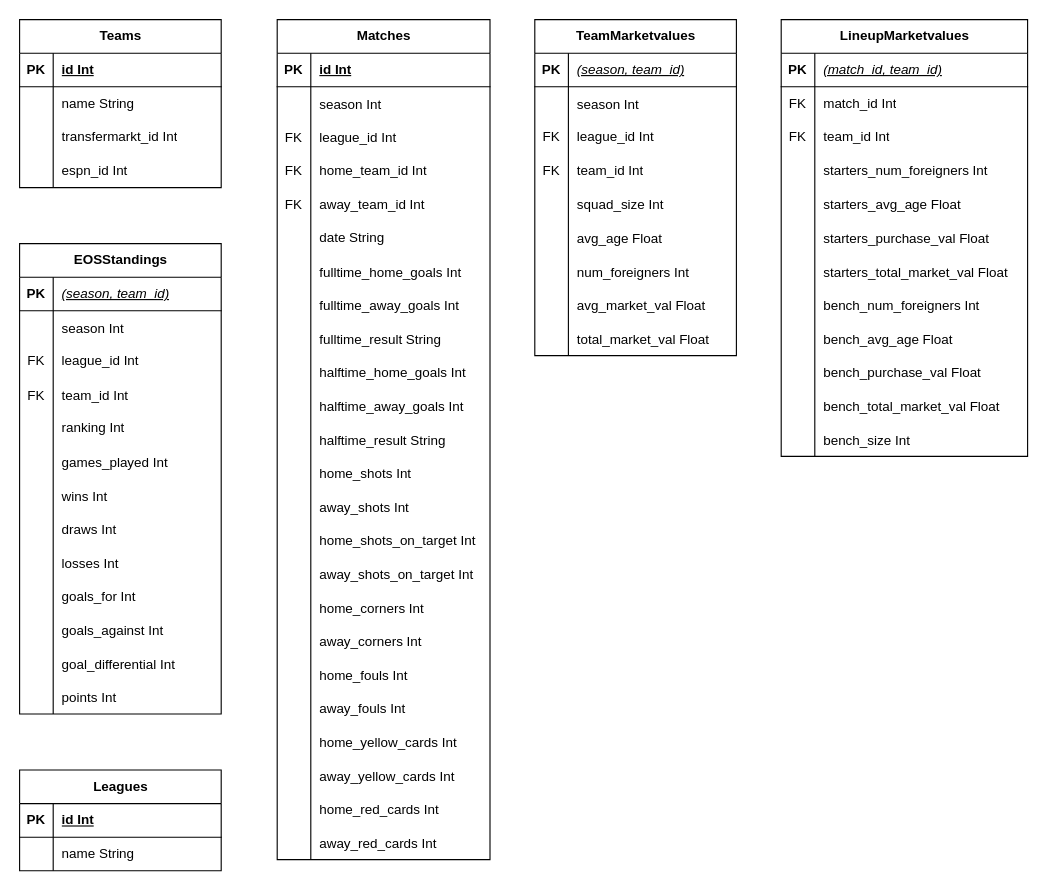
The draw.io diagram football_ER_diagram.drawio in Summer-ICERM-2024-Pyramid-Schemers/football-data-scraping, before the edit. Source tidied: cells renumbered, new cells numbered last; positions are measured from the earlier drawing's top-left corner, leaving out a move shared by most shapes. Both pictures are drawn from the tidied source at 112%, with x=0, y=0 at pixel (19, 19).
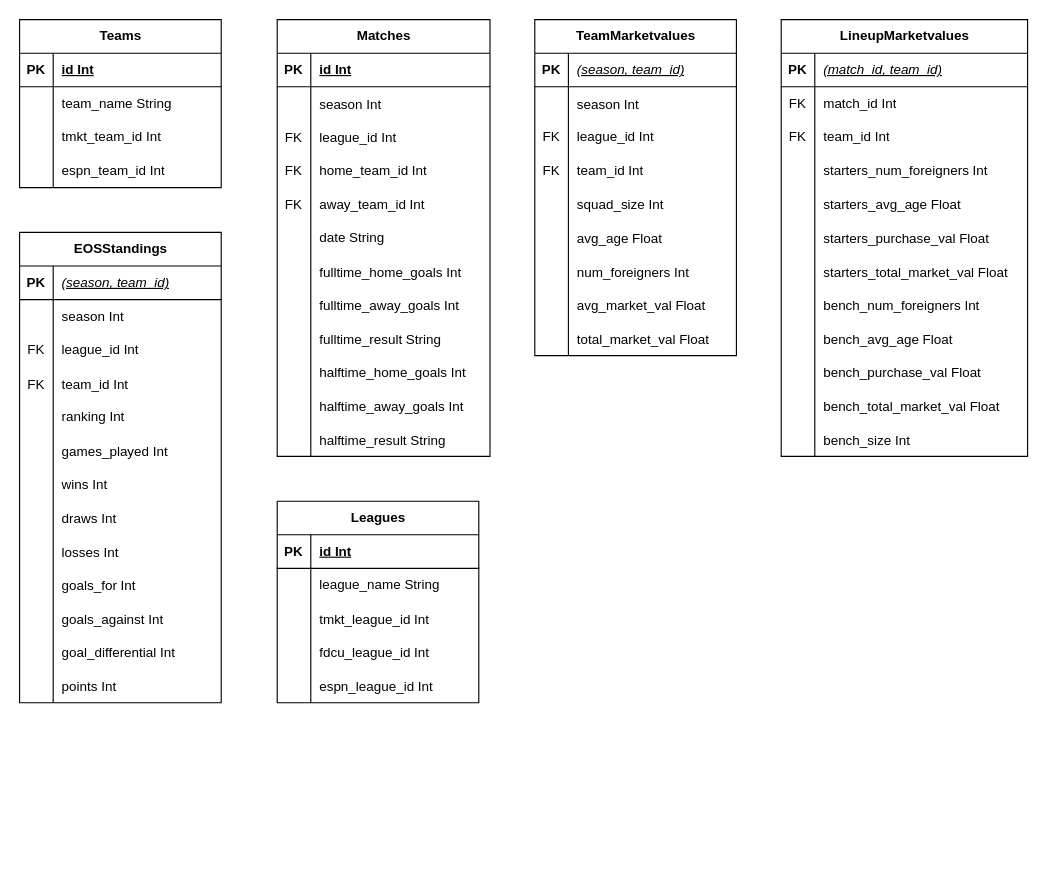
After the change.

Unchanged cells that the change refers to:
```xml
<mxCell id="147" style="shape=tableRow;horizontal=0;startSize=0;swimlaneHead=0;swimlaneBody=0;fillColor=none;top=0;left=0;right=0;bottom=0;" parent="143" vertex="1">
  <mxGeometry y="60" width="180" height="30" as="geometry" />
</mxCell>
<mxCell id="150" style="shape=tableRow;horizontal=0;startSize=0;swimlaneHead=0;swimlaneBody=0;fillColor=none;top=0;left=0;right=0;bottom=0;" parent="143" vertex="1">
  <mxGeometry y="90" width="180" height="30" as="geometry" />
</mxCell>
<mxCell id="153" style="shape=tableRow;horizontal=0;startSize=0;swimlaneHead=0;swimlaneBody=0;fillColor=none;top=0;left=0;right=0;bottom=0;" parent="143" vertex="1">
  <mxGeometry y="120" width="180" height="30" as="geometry" />
</mxCell>
<mxCell id="160" style="shape=tableRow;horizontal=0;startSize=0;swimlaneHead=0;swimlaneBody=0;fillColor=none;top=0;left=0;right=0;bottom=0;" parent="156" vertex="1">
  <mxGeometry y="60" width="180" height="30" as="geometry" />
</mxCell>
```

Diff of the diagram source:
```diff
@@
     <mxCell id="30" value="EOSStandings" style="shape=table;startSize=30;childLayout=tableLayout;rowLines=0;fontStyle=1;align=center;html=1;" parent="1" vertex="1">
-      <mxGeometry y="200" width="180" height="420" as="geometry" />
+      <mxGeometry y="190" width="180" height="420" as="geometry" />
     </mxCell>
@@
     <mxCell id="70" value="Matches" style="shape=table;startSize=30;childLayout=tableLayout;rowLines=0;fontStyle=1;align=center;html=1;" parent="1" vertex="1">
-      <mxGeometry x="230" width="190" height="750" as="geometry" />
+      <mxGeometry x="230" width="190" height="390" as="geometry" />
     </mxCell>
@@
-    <mxCell id="107" style="shape=tableRow;horizontal=0;startSize=0;swimlaneHead=0;swimlaneBody=0;fillColor=none;top=0;left=0;right=0;bottom=0;" parent="70" vertex="1">
-      <mxGeometry y="390" width="190" height="30" as="geometry" />
-    </mxCell>
-    <mxCell id="108" style="shape=partialRectangle;fillColor=none;top=0;left=0;bottom=0;right=0;overflow=hidden;" parent="107" vertex="1">
-      <mxGeometry width="30" height="30" as="geometry" />
-    </mxCell>
-    <mxCell id="109" value="home_shots Int" style="shape=partialRectangle;fillColor=none;top=0;left=0;bottom=0;right=0;align=left;spacingLeft=6;overflow=hidden;" parent="107" vertex="1">
-      <mxGeometry x="30" width="160" height="30" as="geometry" />
-    </mxCell>
-    <mxCell id="110" style="shape=tableRow;horizontal=0;startSize=0;swimlaneHead=0;swimlaneBody=0;fillColor=none;top=0;left=0;right=0;bottom=0;" parent="70" vertex="1">
-      <mxGeometry y="420" width="190" height="30" as="geometry" />
-    </mxCell>
-    <mxCell id="111" style="shape=partialRectangle;fillColor=none;top=0;left=0;bottom=0;right=0;overflow=hidden;" parent="110" vertex="1">
-      <mxGeometry width="30" height="30" as="geometry" />
-    </mxCell>
-    <mxCell id="112" value="away_shots Int" style="shape=partialRectangle;fillColor=none;top=0;left=0;bottom=0;right=0;align=left;spacingLeft=6;overflow=hidden;" parent="110" vertex="1">
-      <mxGeometry x="30" width="160" height="30" as="geometry" />
-    </mxCell>
-    <mxCell id="113" style="shape=tableRow;horizontal=0;startSize=0;swimlaneHead=0;swimlaneBody=0;fillColor=none;top=0;left=0;right=0;bottom=0;" parent="70" vertex="1">
-      <mxGeometry y="450" width="190" height="30" as="geometry" />
-    </mxCell>
-    <mxCell id="114" style="shape=partialRectangle;fillColor=none;top=0;left=0;bottom=0;right=0;overflow=hidden;" parent="113" vertex="1">
-      <mxGeometry width="30" height="30" as="geometry" />
-    </mxCell>
-    <mxCell id="115" value="home_shots_on_target Int" style="shape=partialRectangle;fillColor=none;top=0;left=0;bottom=0;right=0;align=left;spacingLeft=6;overflow=hidden;" parent="113" vertex="1">
-      <mxGeometry x="30" width="160" height="30" as="geometry" />
-    </mxCell>
-    <mxCell id="116" style="shape=tableRow;horizontal=0;startSize=0;swimlaneHead=0;swimlaneBody=0;fillColor=none;top=0;left=0;right=0;bottom=0;" parent="70" vertex="1">
-      <mxGeometry y="480" width="190" height="30" as="geometry" />
-    </mxCell>
-    <mxCell id="117" style="shape=partialRectangle;fillColor=none;top=0;left=0;bottom=0;right=0;overflow=hidden;" parent="116" vertex="1">
-      <mxGeometry width="30" height="30" as="geometry" />
-    </mxCell>
-    <mxCell id="118" value="away_shots_on_target Int" style="shape=partialRectangle;fillColor=none;top=0;left=0;bottom=0;right=0;align=left;spacingLeft=6;overflow=hidden;" parent="116" vertex="1">
-      <mxGeometry x="30" width="160" height="30" as="geometry" />
-    </mxCell>
-    <mxCell id="119" style="shape=tableRow;horizontal=0;startSize=0;swimlaneHead=0;swimlaneBody=0;fillColor=none;top=0;left=0;right=0;bottom=0;" parent="70" vertex="1">
-      <mxGeometry y="510" width="190" height="30" as="geometry" />
-    </mxCell>
-    <mxCell id="120" style="shape=partialRectangle;fillColor=none;top=0;left=0;bottom=0;right=0;overflow=hidden;" parent="119" vertex="1">
-      <mxGeometry width="30" height="30" as="geometry" />
-    </mxCell>
-    <mxCell id="121" value="home_corners Int" style="shape=partialRectangle;fillColor=none;top=0;left=0;bottom=0;right=0;align=left;spacingLeft=6;overflow=hidden;" parent="119" vertex="1">
-      <mxGeometry x="30" width="160" height="30" as="geometry" />
-    </mxCell>
-    <mxCell id="122" style="shape=tableRow;horizontal=0;startSize=0;swimlaneHead=0;swimlaneBody=0;fillColor=none;top=0;left=0;right=0;bottom=0;" parent="70" vertex="1">
-      <mxGeometry y="540" width="190" height="30" as="geometry" />
-    </mxCell>
-    <mxCell id="123" style="shape=partialRectangle;fillColor=none;top=0;left=0;bottom=0;right=0;overflow=hidden;" parent="122" vertex="1">
-      <mxGeometry width="30" height="30" as="geometry" />
-    </mxCell>
-    <mxCell id="124" value="away_corners Int" style="shape=partialRectangle;fillColor=none;top=0;left=0;bottom=0;right=0;align=left;spacingLeft=6;overflow=hidden;" parent="122" vertex="1">
-      <mxGeometry x="30" width="160" height="30" as="geometry" />
-    </mxCell>
-    <mxCell id="125" style="shape=tableRow;horizontal=0;startSize=0;swimlaneHead=0;swimlaneBody=0;fillColor=none;top=0;left=0;right=0;bottom=0;" parent="70" vertex="1">
-      <mxGeometry y="570" width="190" height="30" as="geometry" />
-    </mxCell>
-    <mxCell id="126" style="shape=partialRectangle;fillColor=none;top=0;left=0;bottom=0;right=0;overflow=hidden;" parent="125" vertex="1">
-      <mxGeometry width="30" height="30" as="geometry" />
-    </mxCell>
-    <mxCell id="127" value="home_fouls Int" style="shape=partialRectangle;fillColor=none;top=0;left=0;bottom=0;right=0;align=left;spacingLeft=6;overflow=hidden;" parent="125" vertex="1">
-      <mxGeometry x="30" width="160" height="30" as="geometry" />
-    </mxCell>
-    <mxCell id="128" style="shape=tableRow;horizontal=0;startSize=0;swimlaneHead=0;swimlaneBody=0;fillColor=none;top=0;left=0;right=0;bottom=0;" parent="70" vertex="1">
-      <mxGeometry y="600" width="190" height="30" as="geometry" />
-    </mxCell>
-    <mxCell id="129" style="shape=partialRectangle;fillColor=none;top=0;left=0;bottom=0;right=0;overflow=hidden;" parent="128" vertex="1">
-      <mxGeometry width="30" height="30" as="geometry" />
-    </mxCell>
-    <mxCell id="130" value="away_fouls Int" style="shape=partialRectangle;fillColor=none;top=0;left=0;bottom=0;right=0;align=left;spacingLeft=6;overflow=hidden;" parent="128" vertex="1">
-      <mxGeometry x="30" width="160" height="30" as="geometry" />
-    </mxCell>
-    <mxCell id="131" style="shape=tableRow;horizontal=0;startSize=0;swimlaneHead=0;swimlaneBody=0;fillColor=none;top=0;left=0;right=0;bottom=0;" parent="70" vertex="1">
-      <mxGeometry y="630" width="190" height="30" as="geometry" />
-    </mxCell>
-    <mxCell id="132" style="shape=partialRectangle;fillColor=none;top=0;left=0;bottom=0;right=0;overflow=hidden;" parent="131" vertex="1">
-      <mxGeometry width="30" height="30" as="geometry" />
-    </mxCell>
-    <mxCell id="133" value="home_yellow_cards Int" style="shape=partialRectangle;fillColor=none;top=0;left=0;bottom=0;right=0;align=left;spacingLeft=6;overflow=hidden;" parent="131" vertex="1">
-      <mxGeometry x="30" width="160" height="30" as="geometry" />
-    </mxCell>
-    <mxCell id="134" style="shape=tableRow;horizontal=0;startSize=0;swimlaneHead=0;swimlaneBody=0;fillColor=none;top=0;left=0;right=0;bottom=0;" parent="70" vertex="1">
-      <mxGeometry y="660" width="190" height="30" as="geometry" />
-    </mxCell>
-    <mxCell id="135" style="shape=partialRectangle;fillColor=none;top=0;left=0;bottom=0;right=0;overflow=hidden;" parent="134" vertex="1">
-      <mxGeometry width="30" height="30" as="geometry" />
-    </mxCell>
-    <mxCell id="136" value="away_yellow_cards Int" style="shape=partialRectangle;fillColor=none;top=0;left=0;bottom=0;right=0;align=left;spacingLeft=6;overflow=hidden;" parent="134" vertex="1">
-      <mxGeometry x="30" width="160" height="30" as="geometry" />
-    </mxCell>
-    <mxCell id="137" style="shape=tableRow;horizontal=0;startSize=0;swimlaneHead=0;swimlaneBody=0;fillColor=none;top=0;left=0;right=0;bottom=0;" parent="70" vertex="1">
-      <mxGeometry y="690" width="190" height="30" as="geometry" />
-    </mxCell>
-    <mxCell id="138" style="shape=partialRectangle;fillColor=none;top=0;left=0;bottom=0;right=0;overflow=hidden;" parent="137" vertex="1">
-      <mxGeometry width="30" height="30" as="geometry" />
-    </mxCell>
-    <mxCell id="139" value="home_red_cards Int" style="shape=partialRectangle;fillColor=none;top=0;left=0;bottom=0;right=0;align=left;spacingLeft=6;overflow=hidden;" parent="137" vertex="1">
-      <mxGeometry x="30" width="160" height="30" as="geometry" />
-    </mxCell>
-    <mxCell id="140" style="shape=tableRow;horizontal=0;startSize=0;swimlaneHead=0;swimlaneBody=0;fillColor=none;top=0;left=0;right=0;bottom=0;" parent="70" vertex="1">
-      <mxGeometry y="720" width="190" height="30" as="geometry" />
-    </mxCell>
-    <mxCell id="141" style="shape=partialRectangle;fillColor=none;top=0;left=0;bottom=0;right=0;overflow=hidden;" parent="140" vertex="1">
-      <mxGeometry width="30" height="30" as="geometry" />
-    </mxCell>
-    <mxCell id="142" value="away_red_cards Int" style="shape=partialRectangle;fillColor=none;top=0;left=0;bottom=0;right=0;align=left;spacingLeft=6;overflow=hidden;" parent="140" vertex="1">
-      <mxGeometry x="30" width="160" height="30" as="geometry" />
-    </mxCell>
@@
-    <mxCell id="149" value="name String" style="shape=partialRectangle;fillColor=none;top=0;left=0;bottom=0;right=0;align=left;spacingLeft=6;overflow=hidden;whiteSpace=wrap;html=1;" parent="147" vertex="1">
+    <mxCell id="149" value="team_name String" style="shape=partialRectangle;fillColor=none;top=0;left=0;bottom=0;right=0;align=left;spacingLeft=6;overflow=hidden;whiteSpace=wrap;html=1;" parent="147" vertex="1">
       <mxGeometry x="30" width="150" height="30" as="geometry" />
     </mxCell>
@@
-    <mxCell id="152" value="transfermarkt_id Int" style="shape=partialRectangle;fillColor=none;top=0;left=0;bottom=0;right=0;align=left;spacingLeft=6;overflow=hidden;whiteSpace=wrap;html=1;" parent="150" vertex="1">
+    <mxCell id="152" value="tmkt_team_id Int" style="shape=partialRectangle;fillColor=none;top=0;left=0;bottom=0;right=0;align=left;spacingLeft=6;overflow=hidden;whiteSpace=wrap;html=1;" parent="150" vertex="1">
       <mxGeometry x="30" width="150" height="30" as="geometry" />
     </mxCell>
@@
-    <mxCell id="155" value="espn_id Int" style="shape=partialRectangle;fillColor=none;top=0;left=0;bottom=0;right=0;align=left;spacingLeft=6;overflow=hidden;whiteSpace=wrap;html=1;" parent="153" vertex="1">
+    <mxCell id="155" value="espn_team_id Int" style="shape=partialRectangle;fillColor=none;top=0;left=0;bottom=0;right=0;align=left;spacingLeft=6;overflow=hidden;whiteSpace=wrap;html=1;" parent="153" vertex="1">
       <mxGeometry x="30" width="150" height="30" as="geometry" />
     </mxCell>
     <mxCell id="156" value="Leagues" style="shape=table;startSize=30;childLayout=tableLayout;rowLines=0;fontStyle=1;align=center;html=1;" parent="1" vertex="1">
-      <mxGeometry y="670" width="180" height="90" as="geometry" />
+      <mxGeometry x="230" y="430" width="180" height="180" as="geometry" />
     </mxCell>
@@
-    <mxCell id="162" value="name String" style="shape=partialRectangle;fillColor=none;top=0;left=0;bottom=0;right=0;align=left;spacingLeft=6;overflow=hidden;whiteSpace=wrap;html=1;" parent="160" vertex="1">
+    <mxCell id="162" value="league_name String" style="shape=partialRectangle;fillColor=none;top=0;left=0;bottom=0;right=0;align=left;spacingLeft=6;overflow=hidden;whiteSpace=wrap;html=1;" parent="160" vertex="1">
       <mxGeometry x="30" width="150" height="30" as="geometry" />
     </mxCell>
+    <mxCell id="200" style="shape=tableRow;horizontal=0;startSize=0;swimlaneHead=0;swimlaneBody=0;fillColor=none;top=0;left=0;right=0;bottom=0;" parent="156" vertex="1">
+      <mxGeometry y="90" width="180" height="30" as="geometry" />
+    </mxCell>
+    <mxCell id="201" style="shape=partialRectangle;fillColor=none;top=0;left=0;bottom=0;right=0;overflow=hidden;" parent="200" vertex="1">
+      <mxGeometry width="30" height="30" as="geometry" />
+    </mxCell>
+    <mxCell id="202" value="tmkt_league_id Int" style="shape=partialRectangle;fillColor=none;top=0;left=0;bottom=0;right=0;align=left;spacingLeft=6;overflow=hidden;" parent="200" vertex="1">
+      <mxGeometry x="30" width="150" height="30" as="geometry" />
+    </mxCell>
+    <mxCell id="203" style="shape=tableRow;horizontal=0;startSize=0;swimlaneHead=0;swimlaneBody=0;fillColor=none;top=0;left=0;right=0;bottom=0;" parent="156" vertex="1">
+      <mxGeometry y="120" width="180" height="30" as="geometry" />
+    </mxCell>
+    <mxCell id="204" style="shape=partialRectangle;fillColor=none;top=0;left=0;bottom=0;right=0;overflow=hidden;" parent="203" vertex="1">
+      <mxGeometry width="30" height="30" as="geometry" />
+    </mxCell>
+    <mxCell id="205" value="fdcu_league_id Int" style="shape=partialRectangle;fillColor=none;top=0;left=0;bottom=0;right=0;align=left;spacingLeft=6;overflow=hidden;" parent="203" vertex="1">
+      <mxGeometry x="30" width="150" height="30" as="geometry" />
+    </mxCell>
+    <mxCell id="206" style="shape=tableRow;horizontal=0;startSize=0;swimlaneHead=0;swimlaneBody=0;fillColor=none;top=0;left=0;right=0;bottom=0;" parent="156" vertex="1">
+      <mxGeometry y="150" width="180" height="30" as="geometry" />
+    </mxCell>
+    <mxCell id="207" style="shape=partialRectangle;fillColor=none;top=0;left=0;bottom=0;right=0;overflow=hidden;" parent="206" vertex="1">
+      <mxGeometry width="30" height="30" as="geometry" />
+    </mxCell>
+    <mxCell id="208" value="espn_league_id Int" style="shape=partialRectangle;fillColor=none;top=0;left=0;bottom=0;right=0;align=left;spacingLeft=6;overflow=hidden;" parent="206" vertex="1">
+      <mxGeometry x="30" width="150" height="30" as="geometry" />
+    </mxCell>
```
